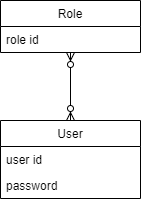
This is documentation/entities.png from toivjon/max-pondus, a draw.io export, as it was before one commit. Source tidied: cells renumbered, new cells last; positions are measured from the earlier drawing's top-left corner, leaving out a move shared by most shapes. Its diagram source:
```xml
<mxGraphModel>
  <root>
    <mxCell id="0" />
    <mxCell id="1" parent="0" />
    <mxCell id="2" value="User" style="swimlane;fontStyle=0;horizontal=1;startSize=26;" parent="1" vertex="1">
      <mxGeometry y="120" width="140" height="78" as="geometry" />
    </mxCell>
    <mxCell id="3" value="user id" style="text;strokeColor=none;fillColor=none;align=left;verticalAlign=top;spacingLeft=4;spacingRight=4;overflow=hidden;" parent="2" vertex="1">
      <mxGeometry y="26" width="140" height="26" as="geometry" />
    </mxCell>
    <mxCell id="4" value="password" style="text;strokeColor=none;fillColor=none;align=left;verticalAlign=top;spacingLeft=4;spacingRight=4;overflow=hidden;" parent="2" vertex="1">
      <mxGeometry y="52" width="140" height="26" as="geometry" />
    </mxCell>
    <mxCell id="5" style="edgeStyle=orthogonalEdgeStyle;rounded=0;jettySize=auto;html=1;entryX=0.5;entryY=0;entryDx=0;entryDy=0;endArrow=ERzeroToMany;endFill=1;startArrow=ERzeroToMany;startFill=1;" parent="1" edge="1" source="6" target="2">
      <mxGeometry relative="1" as="geometry" />
    </mxCell>
    <mxCell id="6" value="Role" style="swimlane;fontStyle=0;horizontal=1;startSize=26;" parent="1" vertex="1">
      <mxGeometry width="140" height="52" as="geometry" />
    </mxCell>
    <mxCell id="7" value="role id" style="text;strokeColor=none;fillColor=none;align=left;verticalAlign=top;spacingLeft=4;spacingRight=4;overflow=hidden;" parent="6" vertex="1">
      <mxGeometry y="26" width="140" height="26" as="geometry" />
    </mxCell>
  </root>
</mxGraphModel>
```
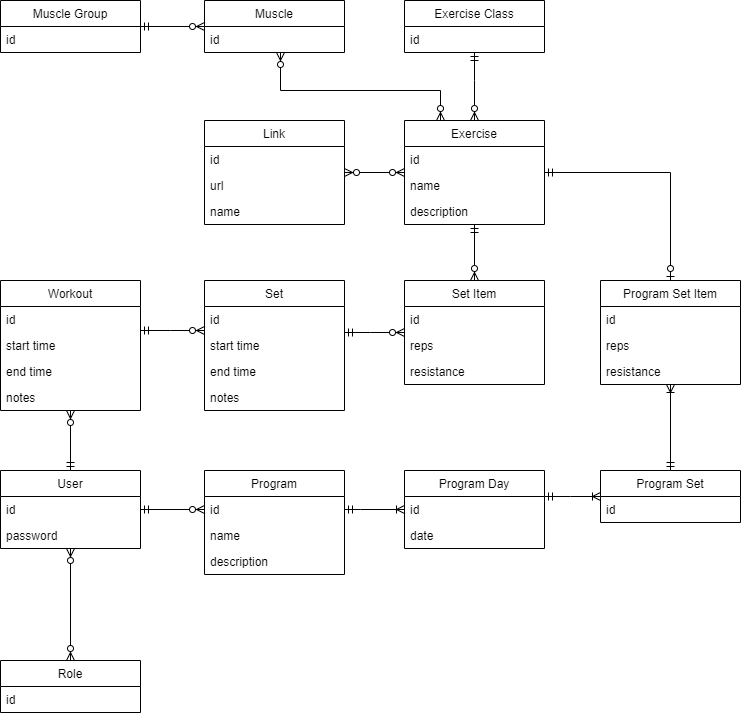
The same file after the commit.

Commit message:
Updated entities diagram.

The edit, as a diff of the source:
```diff
@@ -2,23 +2,228 @@
   <root>
     <mxCell id="0" />
     <mxCell id="1" parent="0" />
+    <mxCell id="8" style="edgeStyle=orthogonalEdgeStyle;rounded=0;jettySize=auto;html=1;startArrow=ERmandOne;startFill=0;endArrow=ERzeroToMany;endFill=1;" parent="1" edge="1" source="2" target="27">
+      <mxGeometry relative="1" as="geometry" />
+    </mxCell>
+    <mxCell id="9" style="edgeStyle=orthogonalEdgeStyle;rounded=0;jettySize=auto;html=1;startArrow=ERmandOne;startFill=0;endArrow=ERzeroToMany;endFill=1;" parent="1" edge="1" source="2" target="46">
+      <mxGeometry relative="1" as="geometry">
+        <Array as="points">
+          <mxPoint x="190" y="509" />
+          <mxPoint x="190" y="509" />
+        </Array>
+      </mxGeometry>
+    </mxCell>
     <mxCell id="2" value="User" style="swimlane;fontStyle=0;horizontal=1;startSize=26;" parent="1" vertex="1">
-      <mxGeometry y="120" width="140" height="78" as="geometry" />
+      <mxGeometry y="470" width="140" height="78" as="geometry" />
     </mxCell>
-    <mxCell id="3" value="user id" style="text;strokeColor=none;fillColor=none;align=left;verticalAlign=top;spacingLeft=4;spacingRight=4;overflow=hidden;" parent="2" vertex="1">
+    <mxCell id="3" value="id" style="text;strokeColor=none;fillColor=none;align=left;verticalAlign=top;spacingLeft=4;spacingRight=4;overflow=hidden;" parent="2" vertex="1">
       <mxGeometry y="26" width="140" height="26" as="geometry" />
     </mxCell>
     <mxCell id="4" value="password" style="text;strokeColor=none;fillColor=none;align=left;verticalAlign=top;spacingLeft=4;spacingRight=4;overflow=hidden;" parent="2" vertex="1">
       <mxGeometry y="52" width="140" height="26" as="geometry" />
     </mxCell>
-    <mxCell id="5" style="edgeStyle=orthogonalEdgeStyle;rounded=0;jettySize=auto;html=1;entryX=0.5;entryY=0;entryDx=0;entryDy=0;endArrow=ERzeroToMany;endFill=1;startArrow=ERzeroToMany;startFill=1;" parent="1" edge="1" source="6" target="2">
+    <mxCell id="5" style="edgeStyle=orthogonalEdgeStyle;rounded=0;jettySize=auto;html=1;endArrow=ERzeroToMany;endFill=1;startArrow=ERzeroToMany;startFill=1;" parent="1" edge="1" source="6" target="2">
       <mxGeometry relative="1" as="geometry" />
     </mxCell>
     <mxCell id="6" value="Role" style="swimlane;fontStyle=0;horizontal=1;startSize=26;" parent="1" vertex="1">
-      <mxGeometry width="140" height="52" as="geometry" />
+      <mxGeometry y="660" width="140" height="52" as="geometry" />
     </mxCell>
-    <mxCell id="7" value="role id" style="text;strokeColor=none;fillColor=none;align=left;verticalAlign=top;spacingLeft=4;spacingRight=4;overflow=hidden;" parent="6" vertex="1">
+    <mxCell id="7" value="id" style="text;strokeColor=none;fillColor=none;align=left;verticalAlign=top;spacingLeft=4;spacingRight=4;overflow=hidden;" parent="6" vertex="1">
       <mxGeometry y="26" width="140" height="26" as="geometry" />
     </mxCell>
+    <mxCell id="10" style="edgeStyle=orthogonalEdgeStyle;rounded=0;jettySize=auto;html=1;startArrow=ERmandOne;startFill=0;endArrow=ERzeroToMany;endFill=1;" parent="1" edge="1" source="11" target="38">
+      <mxGeometry relative="1" as="geometry" />
+    </mxCell>
+    <mxCell id="11" value="Exercise" style="swimlane;fontStyle=0;horizontal=1;startSize=26;" parent="1" vertex="1">
+      <mxGeometry x="404" y="120" width="140" height="104" as="geometry" />
+    </mxCell>
+    <mxCell id="12" value="id" style="text;strokeColor=none;fillColor=none;align=left;verticalAlign=top;spacingLeft=4;spacingRight=4;overflow=hidden;" parent="11" vertex="1">
+      <mxGeometry y="26" width="140" height="26" as="geometry" />
+    </mxCell>
+    <mxCell id="13" value="name" style="text;align=left;verticalAlign=top;spacingLeft=4;spacingRight=4;overflow=hidden;" parent="11" vertex="1">
+      <mxGeometry y="52" width="140" height="26" as="geometry" />
+    </mxCell>
+    <mxCell id="14" value="description" style="text;align=left;verticalAlign=top;spacingLeft=4;spacingRight=4;overflow=hidden;" parent="11" vertex="1">
+      <mxGeometry y="78" width="140" height="26" as="geometry" />
+    </mxCell>
+    <mxCell id="15" value="Link" style="swimlane;fontStyle=0;horizontal=1;startSize=26;" parent="1" vertex="1">
+      <mxGeometry x="204" y="120" width="140" height="104" as="geometry" />
+    </mxCell>
+    <mxCell id="16" value="id" style="text;strokeColor=none;fillColor=none;align=left;verticalAlign=top;spacingLeft=4;spacingRight=4;overflow=hidden;" parent="15" vertex="1">
+      <mxGeometry y="26" width="140" height="26" as="geometry" />
+    </mxCell>
+    <mxCell id="17" value="url" style="text;strokeColor=none;fillColor=none;align=left;verticalAlign=top;spacingLeft=4;spacingRight=4;overflow=hidden;" parent="15" vertex="1">
+      <mxGeometry y="52" width="140" height="26" as="geometry" />
+    </mxCell>
+    <mxCell id="18" value="name" style="text;align=left;verticalAlign=top;spacingLeft=4;spacingRight=4;overflow=hidden;" parent="15" vertex="1">
+      <mxGeometry y="78" width="140" height="26" as="geometry" />
+    </mxCell>
+    <mxCell id="19" style="edgeStyle=orthogonalEdgeStyle;rounded=0;jettySize=auto;html=1;startArrow=ERzeroToMany;startFill=1;endArrow=ERzeroToMany;endFill=1;" parent="1" edge="1" source="11" target="15">
+      <mxGeometry relative="1" as="geometry">
+        <Array as="points">
+          <mxPoint x="274" y="190" />
+        </Array>
+      </mxGeometry>
+    </mxCell>
+    <mxCell id="20" style="edgeStyle=orthogonalEdgeStyle;rounded=0;jettySize=auto;html=1;startArrow=ERzeroToMany;startFill=1;endArrow=ERzeroToMany;endFill=1;" parent="1" edge="1" source="21" target="11">
+      <mxGeometry relative="1" as="geometry">
+        <Array as="points">
+          <mxPoint x="280" y="90" />
+          <mxPoint x="440" y="90" />
+        </Array>
+      </mxGeometry>
+    </mxCell>
+    <mxCell id="21" value="Muscle" style="swimlane;fontStyle=0;horizontal=1;startSize=26;" parent="1" vertex="1">
+      <mxGeometry x="204" width="140" height="52" as="geometry" />
+    </mxCell>
+    <mxCell id="22" value="id" style="text;strokeColor=none;fillColor=none;align=left;verticalAlign=top;spacingLeft=4;spacingRight=4;overflow=hidden;" parent="21" vertex="1">
+      <mxGeometry y="26" width="140" height="26" as="geometry" />
+    </mxCell>
+    <mxCell id="23" style="edgeStyle=orthogonalEdgeStyle;rounded=0;jettySize=auto;html=1;startArrow=ERmandOne;startFill=0;endArrow=ERzeroToMany;endFill=1;" parent="1" edge="1" source="24" target="11">
+      <mxGeometry relative="1" as="geometry">
+        <Array as="points">
+          <mxPoint x="474" y="80" />
+          <mxPoint x="474" y="80" />
+        </Array>
+      </mxGeometry>
+    </mxCell>
+    <mxCell id="24" value="Exercise Class" style="swimlane;fontStyle=0;horizontal=1;startSize=26;" parent="1" vertex="1">
+      <mxGeometry x="404" width="140" height="52" as="geometry" />
+    </mxCell>
+    <mxCell id="25" value="id" style="text;strokeColor=none;fillColor=none;align=left;verticalAlign=top;spacingLeft=4;spacingRight=4;overflow=hidden;" parent="24" vertex="1">
+      <mxGeometry y="26" width="140" height="26" as="geometry" />
+    </mxCell>
+    <mxCell id="26" style="edgeStyle=orthogonalEdgeStyle;rounded=0;jettySize=auto;html=1;startArrow=ERmandOne;startFill=0;endArrow=ERzeroToMany;endFill=1;" parent="1" edge="1" source="27" target="33">
+      <mxGeometry relative="1" as="geometry">
+        <Array as="points">
+          <mxPoint x="170" y="330" />
+          <mxPoint x="170" y="330" />
+        </Array>
+      </mxGeometry>
+    </mxCell>
+    <mxCell id="27" value="Workout" style="swimlane;fontStyle=0;horizontal=1;startSize=26;" parent="1" vertex="1">
+      <mxGeometry y="280" width="140" height="130" as="geometry" />
+    </mxCell>
+    <mxCell id="28" value="id" style="text;strokeColor=none;fillColor=none;align=left;verticalAlign=top;spacingLeft=4;spacingRight=4;overflow=hidden;" parent="27" vertex="1">
+      <mxGeometry y="26" width="140" height="26" as="geometry" />
+    </mxCell>
+    <mxCell id="29" value="start time" style="text;strokeColor=none;fillColor=none;align=left;verticalAlign=top;spacingLeft=4;spacingRight=4;overflow=hidden;" parent="27" vertex="1">
+      <mxGeometry y="52" width="140" height="26" as="geometry" />
+    </mxCell>
+    <mxCell id="30" value="end time" style="text;strokeColor=none;fillColor=none;align=left;verticalAlign=top;spacingLeft=4;spacingRight=4;overflow=hidden;" parent="27" vertex="1">
+      <mxGeometry y="78" width="140" height="26" as="geometry" />
+    </mxCell>
+    <mxCell id="31" value="notes" style="text;strokeColor=none;fillColor=none;align=left;verticalAlign=top;spacingLeft=4;spacingRight=4;overflow=hidden;" parent="27" vertex="1">
+      <mxGeometry y="104" width="140" height="26" as="geometry" />
+    </mxCell>
+    <mxCell id="32" style="edgeStyle=orthogonalEdgeStyle;rounded=0;jettySize=auto;html=1;startArrow=ERmandOne;startFill=0;endArrow=ERzeroToMany;endFill=1;" parent="1" edge="1" source="33" target="38">
+      <mxGeometry relative="1" as="geometry">
+        <Array as="points">
+          <mxPoint x="370" y="332" />
+          <mxPoint x="370" y="332" />
+        </Array>
+      </mxGeometry>
+    </mxCell>
+    <mxCell id="33" value="Set" style="swimlane;fontStyle=0;horizontal=1;startSize=26;" parent="1" vertex="1">
+      <mxGeometry x="204" y="280" width="140" height="130" as="geometry" />
+    </mxCell>
+    <mxCell id="34" value="id" style="text;strokeColor=none;fillColor=none;align=left;verticalAlign=top;spacingLeft=4;spacingRight=4;overflow=hidden;" parent="33" vertex="1">
+      <mxGeometry y="26" width="140" height="26" as="geometry" />
+    </mxCell>
+    <mxCell id="35" value="start time" style="text;strokeColor=none;fillColor=none;align=left;verticalAlign=top;spacingLeft=4;spacingRight=4;overflow=hidden;" parent="33" vertex="1">
+      <mxGeometry y="52" width="140" height="26" as="geometry" />
+    </mxCell>
+    <mxCell id="36" value="end time" style="text;strokeColor=none;fillColor=none;align=left;verticalAlign=top;spacingLeft=4;spacingRight=4;overflow=hidden;" parent="33" vertex="1">
+      <mxGeometry y="78" width="140" height="26" as="geometry" />
+    </mxCell>
+    <mxCell id="37" value="notes" style="text;strokeColor=none;fillColor=none;align=left;verticalAlign=top;spacingLeft=4;spacingRight=4;overflow=hidden;" parent="33" vertex="1">
+      <mxGeometry y="104" width="140" height="26" as="geometry" />
+    </mxCell>
+    <mxCell id="38" value="Set Item" style="swimlane;fontStyle=0;horizontal=1;startSize=26;" parent="1" vertex="1">
+      <mxGeometry x="404" y="280" width="140" height="104" as="geometry" />
+    </mxCell>
+    <mxCell id="39" value="id" style="text;strokeColor=none;fillColor=none;align=left;verticalAlign=top;spacingLeft=4;spacingRight=4;overflow=hidden;" parent="38" vertex="1">
+      <mxGeometry y="26" width="140" height="26" as="geometry" />
+    </mxCell>
+    <mxCell id="40" value="reps" style="text;strokeColor=none;fillColor=none;align=left;verticalAlign=top;spacingLeft=4;spacingRight=4;overflow=hidden;" parent="38" vertex="1">
+      <mxGeometry y="52" width="140" height="26" as="geometry" />
+    </mxCell>
+    <mxCell id="41" value="resistance" style="text;strokeColor=none;fillColor=none;align=left;verticalAlign=top;spacingLeft=4;spacingRight=4;overflow=hidden;" parent="38" vertex="1">
+      <mxGeometry y="78" width="140" height="26" as="geometry" />
+    </mxCell>
+    <mxCell id="42" style="edgeStyle=orthogonalEdgeStyle;rounded=0;jettySize=auto;html=1;startArrow=ERmandOne;startFill=0;endArrow=ERzeroToMany;endFill=1;" parent="1" edge="1" source="43" target="21">
+      <mxGeometry relative="1" as="geometry" />
+    </mxCell>
+    <mxCell id="43" value="Muscle Group" style="swimlane;fontStyle=0;horizontal=1;startSize=26;" parent="1" vertex="1">
+      <mxGeometry width="140" height="52" as="geometry" />
+    </mxCell>
+    <mxCell id="44" value="id" style="text;strokeColor=none;fillColor=none;align=left;verticalAlign=top;spacingLeft=4;spacingRight=4;overflow=hidden;" parent="43" vertex="1">
+      <mxGeometry y="26" width="140" height="26" as="geometry" />
+    </mxCell>
+    <mxCell id="45" style="edgeStyle=orthogonalEdgeStyle;rounded=0;jettySize=auto;html=1;startArrow=ERmandOne;startFill=0;endArrow=ERoneToMany;endFill=0;" parent="1" edge="1" source="46" target="51">
+      <mxGeometry relative="1" as="geometry">
+        <Array as="points">
+          <mxPoint x="360" y="509" />
+          <mxPoint x="360" y="509" />
+        </Array>
+      </mxGeometry>
+    </mxCell>
+    <mxCell id="46" value="Program" style="swimlane;fontStyle=0;horizontal=1;startSize=26;" parent="1" vertex="1">
+      <mxGeometry x="204" y="470" width="140" height="104" as="geometry" />
+    </mxCell>
+    <mxCell id="47" value="id" style="text;strokeColor=none;fillColor=none;align=left;verticalAlign=top;spacingLeft=4;spacingRight=4;overflow=hidden;" parent="46" vertex="1">
+      <mxGeometry y="26" width="140" height="26" as="geometry" />
+    </mxCell>
+    <mxCell id="48" value="name" style="text;strokeColor=none;fillColor=none;align=left;verticalAlign=top;spacingLeft=4;spacingRight=4;overflow=hidden;" parent="46" vertex="1">
+      <mxGeometry y="52" width="140" height="26" as="geometry" />
+    </mxCell>
+    <mxCell id="49" value="description" style="text;strokeColor=none;fillColor=none;align=left;verticalAlign=top;spacingLeft=4;spacingRight=4;overflow=hidden;" parent="46" vertex="1">
+      <mxGeometry y="78" width="140" height="26" as="geometry" />
+    </mxCell>
+    <mxCell id="50" style="edgeStyle=orthogonalEdgeStyle;rounded=0;jettySize=auto;html=1;startArrow=ERmandOne;startFill=0;endArrow=ERoneToMany;endFill=0;" parent="1" edge="1" source="51" target="55">
+      <mxGeometry relative="1" as="geometry">
+        <Array as="points">
+          <mxPoint x="570" y="496" />
+          <mxPoint x="570" y="496" />
+        </Array>
+      </mxGeometry>
+    </mxCell>
+    <mxCell id="51" value="Program Day" style="swimlane;fontStyle=0;horizontal=1;startSize=26;" parent="1" vertex="1">
+      <mxGeometry x="404" y="470" width="140" height="78" as="geometry" />
+    </mxCell>
+    <mxCell id="52" value="id" style="text;strokeColor=none;fillColor=none;align=left;verticalAlign=top;spacingLeft=4;spacingRight=4;overflow=hidden;" parent="51" vertex="1">
+      <mxGeometry y="26" width="140" height="26" as="geometry" />
+    </mxCell>
+    <mxCell id="53" value="date" style="text;strokeColor=none;fillColor=none;align=left;verticalAlign=top;spacingLeft=4;spacingRight=4;overflow=hidden;" parent="51" vertex="1">
+      <mxGeometry y="52" width="140" height="26" as="geometry" />
+    </mxCell>
+    <mxCell id="54" style="edgeStyle=orthogonalEdgeStyle;rounded=0;jettySize=auto;html=1;startArrow=ERmandOne;startFill=0;endArrow=ERoneToMany;endFill=0;" parent="1" edge="1" source="55" target="58">
+      <mxGeometry relative="1" as="geometry" />
+    </mxCell>
+    <mxCell id="55" value="Program Set" style="swimlane;fontStyle=0;horizontal=1;startSize=26;" parent="1" vertex="1">
+      <mxGeometry x="600" y="470" width="140" height="52" as="geometry" />
+    </mxCell>
+    <mxCell id="56" value="id" style="text;strokeColor=none;fillColor=none;align=left;verticalAlign=top;spacingLeft=4;spacingRight=4;overflow=hidden;" parent="55" vertex="1">
+      <mxGeometry y="26" width="140" height="26" as="geometry" />
+    </mxCell>
+    <mxCell id="57" style="edgeStyle=orthogonalEdgeStyle;rounded=0;jettySize=auto;html=1;startArrow=ERzeroToOne;startFill=1;endArrow=ERmandOne;endFill=0;" parent="1" edge="1" source="58" target="11">
+      <mxGeometry relative="1" as="geometry">
+        <Array as="points">
+          <mxPoint x="670" y="172" />
+        </Array>
+      </mxGeometry>
+    </mxCell>
+    <mxCell id="58" value="Program Set Item" style="swimlane;fontStyle=0;horizontal=1;startSize=26;" parent="1" vertex="1">
+      <mxGeometry x="600" y="280" width="140" height="104" as="geometry" />
+    </mxCell>
+    <mxCell id="59" value="id" style="text;strokeColor=none;fillColor=none;align=left;verticalAlign=top;spacingLeft=4;spacingRight=4;overflow=hidden;" parent="58" vertex="1">
+      <mxGeometry y="26" width="140" height="26" as="geometry" />
+    </mxCell>
+    <mxCell id="60" value="reps" style="text;strokeColor=none;fillColor=none;align=left;verticalAlign=top;spacingLeft=4;spacingRight=4;overflow=hidden;" parent="58" vertex="1">
+      <mxGeometry y="52" width="140" height="26" as="geometry" />
+    </mxCell>
+    <mxCell id="61" value="resistance" style="text;strokeColor=none;fillColor=none;align=left;verticalAlign=top;spacingLeft=4;spacingRight=4;overflow=hidden;" parent="58" vertex="1">
+      <mxGeometry y="78" width="140" height="26" as="geometry" />
+    </mxCell>
   </root>
 </mxGraphModel>
```
